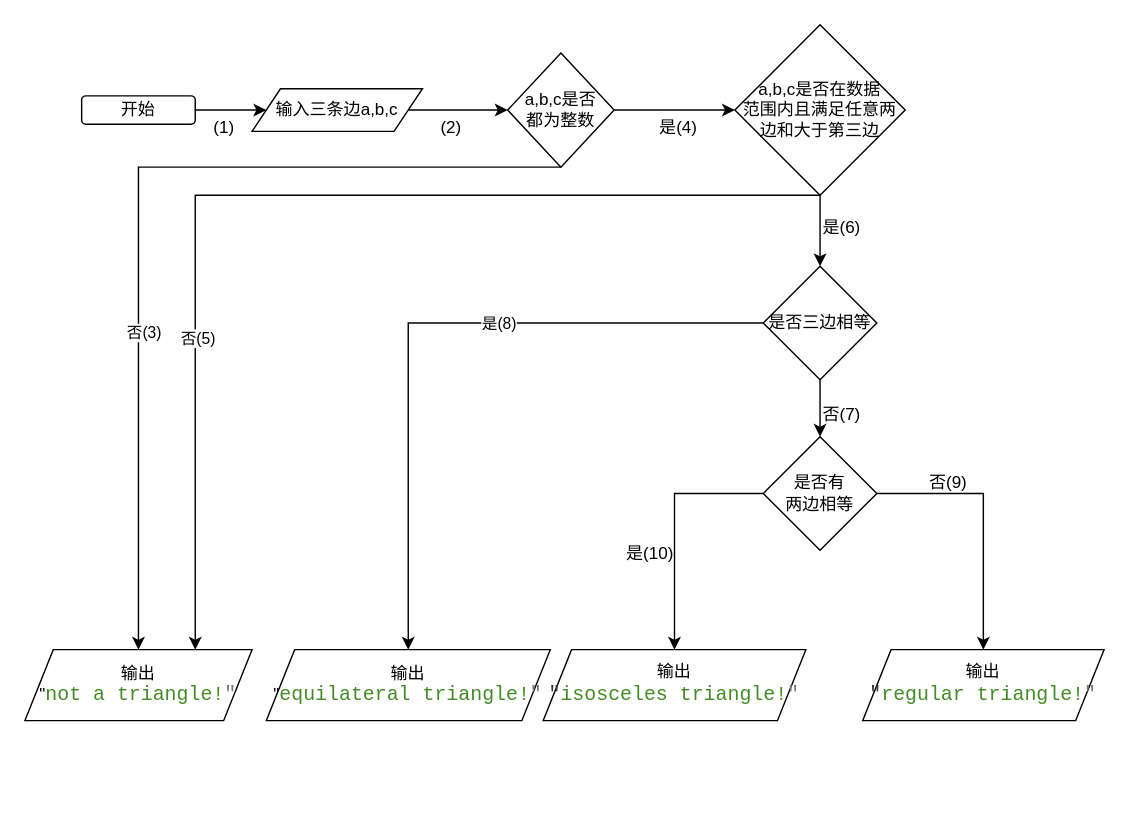
This is 未命名绘图.drawio from qymiy/Platform-21371341, a draw.io file, before an edit. Source tidied: cells renumbered, new cells numbered last; positions are measured from the earlier drawing's top-left corner, leaving out a move shared by most shapes. Both pictures are drawn from the tidied source at 142%, with x=0, y=0 at pixel (24, 24).
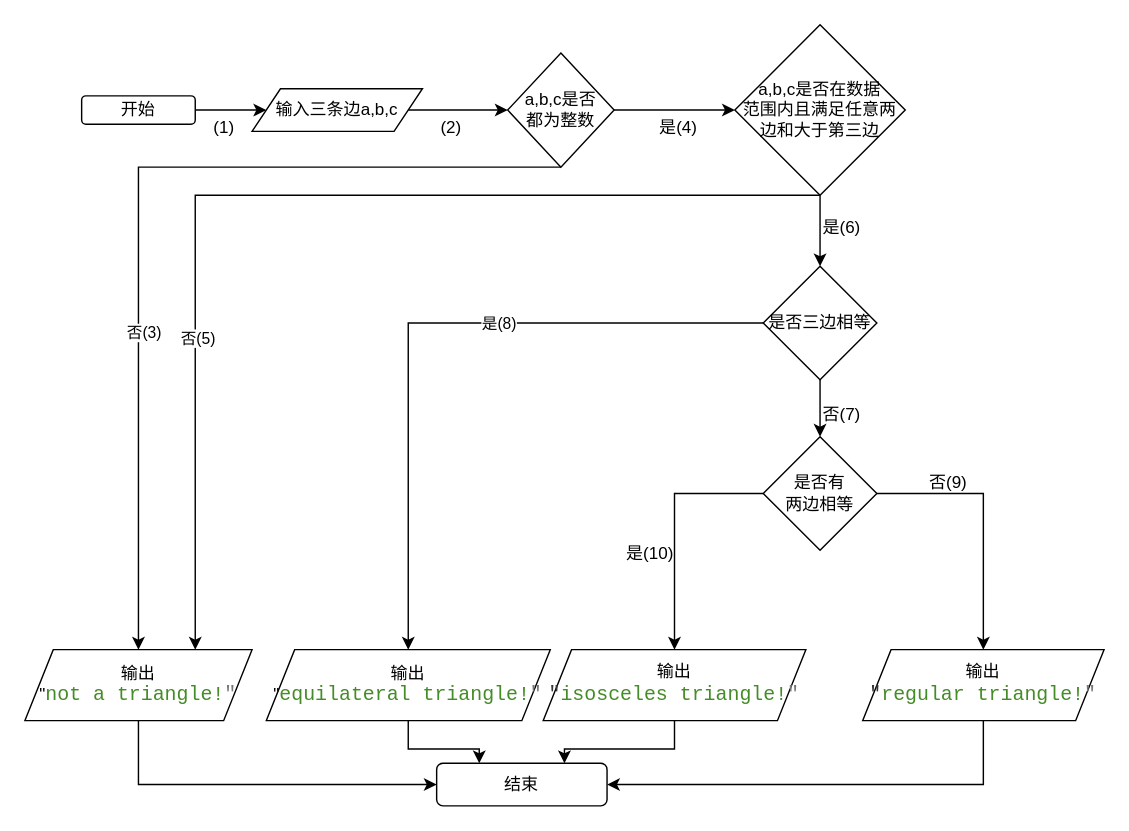
The same diagram, later.

Unchanged cells that the change refers to:
```xml
<mxCell id="12" value="输出&lt;br&gt;&quot;&lt;span style=&quot;font-family: Consolas, &amp;quot;Courier New&amp;quot;, monospace; font-size: 14px; color: rgb(68, 140, 39);&quot;&gt;not a triangle!&lt;/span&gt;&lt;span style=&quot;font-family: Consolas, &amp;quot;Courier New&amp;quot;, monospace; font-size: 14px; color: rgb(119, 119, 119);&quot;&gt;&quot;&lt;/span&gt;" style="shape=parallelogram;perimeter=parallelogramPerimeter;whiteSpace=wrap;html=1;fixedSize=1;" parent="1" vertex="1">
  <mxGeometry y="440" width="160" height="50" as="geometry" />
</mxCell>
<mxCell id="27" value="输出&lt;br&gt;&quot;&lt;span style=&quot;font-family: Consolas, &amp;quot;Courier New&amp;quot;, monospace; font-size: 14px; color: rgb(68, 140, 39);&quot;&gt;equilateral triangle!&lt;/span&gt;&lt;span style=&quot;font-family: Consolas, &amp;quot;Courier New&amp;quot;, monospace; font-size: 14px; color: rgb(119, 119, 119);&quot;&gt;&quot;&lt;/span&gt;" style="shape=parallelogram;perimeter=parallelogramPerimeter;whiteSpace=wrap;html=1;fixedSize=1;" parent="1" vertex="1">
  <mxGeometry x="170" y="440" width="200" height="50" as="geometry" />
</mxCell>
<mxCell id="29" value="输出&lt;br&gt;&lt;div style=&quot;color: rgb(51, 51, 51); font-family: Consolas, &amp;quot;Courier New&amp;quot;, monospace; font-size: 14px; line-height: 19px;&quot;&gt;&quot;&lt;span style=&quot;color: rgb(68, 140, 39);&quot;&gt;isosceles triangle!&lt;/span&gt;&lt;span style=&quot;color: rgb(119, 119, 119);&quot;&gt;&quot;&lt;/span&gt;&lt;/div&gt;" style="shape=parallelogram;perimeter=parallelogramPerimeter;whiteSpace=wrap;html=1;fixedSize=1;" parent="1" vertex="1">
  <mxGeometry x="365" y="440" width="185" height="50" as="geometry" />
</mxCell>
<mxCell id="31" value="输出&lt;br&gt;&lt;div style=&quot;color: rgb(51, 51, 51); font-family: Consolas, &amp;quot;Courier New&amp;quot;, monospace; font-size: 14px; line-height: 19px;&quot;&gt;&quot;&lt;span style=&quot;color: rgb(68, 140, 39);&quot;&gt;regular triangle!&lt;/span&gt;&lt;span style=&quot;color: rgb(119, 119, 119);&quot;&gt;&quot;&lt;/span&gt;&lt;/div&gt;" style="shape=parallelogram;perimeter=parallelogramPerimeter;whiteSpace=wrap;html=1;fixedSize=1;" parent="1" vertex="1">
  <mxGeometry x="590" y="440" width="170" height="50" as="geometry" />
</mxCell>
```

The edit, as a diff of the source:
```diff
@@
+    <mxCell id="33" style="edgeStyle=orthogonalEdgeStyle;rounded=0;jettySize=auto;html=1;exitX=0.5;exitY=1;exitDx=0;exitDy=0;entryX=0;entryY=0.5;entryDx=0;entryDy=0;" parent="1" edge="1" source="12" target="37">
+      <mxGeometry relative="1" as="geometry" />
+    </mxCell>
@@
+    <mxCell id="34" style="edgeStyle=orthogonalEdgeStyle;rounded=0;jettySize=auto;html=1;exitX=0.5;exitY=1;exitDx=0;exitDy=0;entryX=0.25;entryY=0;entryDx=0;entryDy=0;" parent="1" edge="1" source="27" target="37">
+      <mxGeometry relative="1" as="geometry" />
+    </mxCell>
@@
+    <mxCell id="35" style="edgeStyle=orthogonalEdgeStyle;rounded=0;jettySize=auto;html=1;exitX=0.5;exitY=1;exitDx=0;exitDy=0;entryX=0.75;entryY=0;entryDx=0;entryDy=0;" parent="1" edge="1" source="29" target="37">
+      <mxGeometry relative="1" as="geometry" />
+    </mxCell>
@@
+    <mxCell id="36" style="edgeStyle=orthogonalEdgeStyle;rounded=0;jettySize=auto;html=1;exitX=0.5;exitY=1;exitDx=0;exitDy=0;entryX=1;entryY=0.5;entryDx=0;entryDy=0;" parent="1" edge="1" source="31" target="37">
+      <mxGeometry relative="1" as="geometry" />
+    </mxCell>
@@
+    <mxCell id="37" value="结束" style="rounded=1;whiteSpace=wrap;html=1;" parent="1" vertex="1">
+      <mxGeometry x="290" y="520" width="120" height="30" as="geometry" />
+    </mxCell>
```
